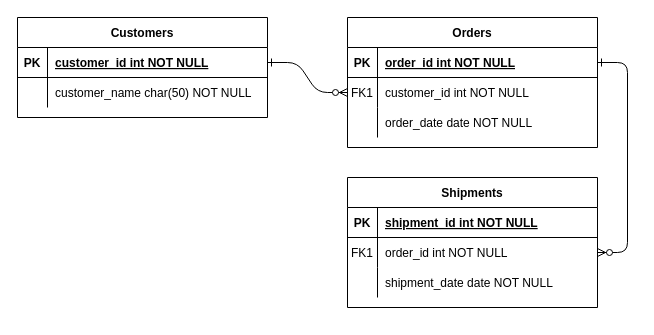
jaedffsi/hello-world keeps this draw.io diagram as Untitled Diagram.drawio. Above is the earlier version. Source tidied: cells renumbered, new cells numbered last; positions are measured from the earlier drawing's top-left corner, leaving out a move shared by most shapes. Both pictures are drawn from the tidied source at 100%, with x=0, y=0 at pixel (17, 17).
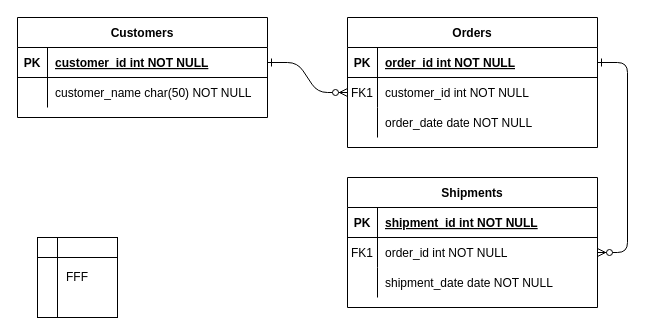
Above is the later version.

Change to the diagram source:
```diff
@@
+    <mxCell id="31" value="FFF" style="shape=internalStorage;whiteSpace=wrap;html=1;backgroundOutline=1;" parent="1" vertex="1">
+      <mxGeometry x="20" y="220" width="80" height="80" as="geometry" />
+    </mxCell>
```
